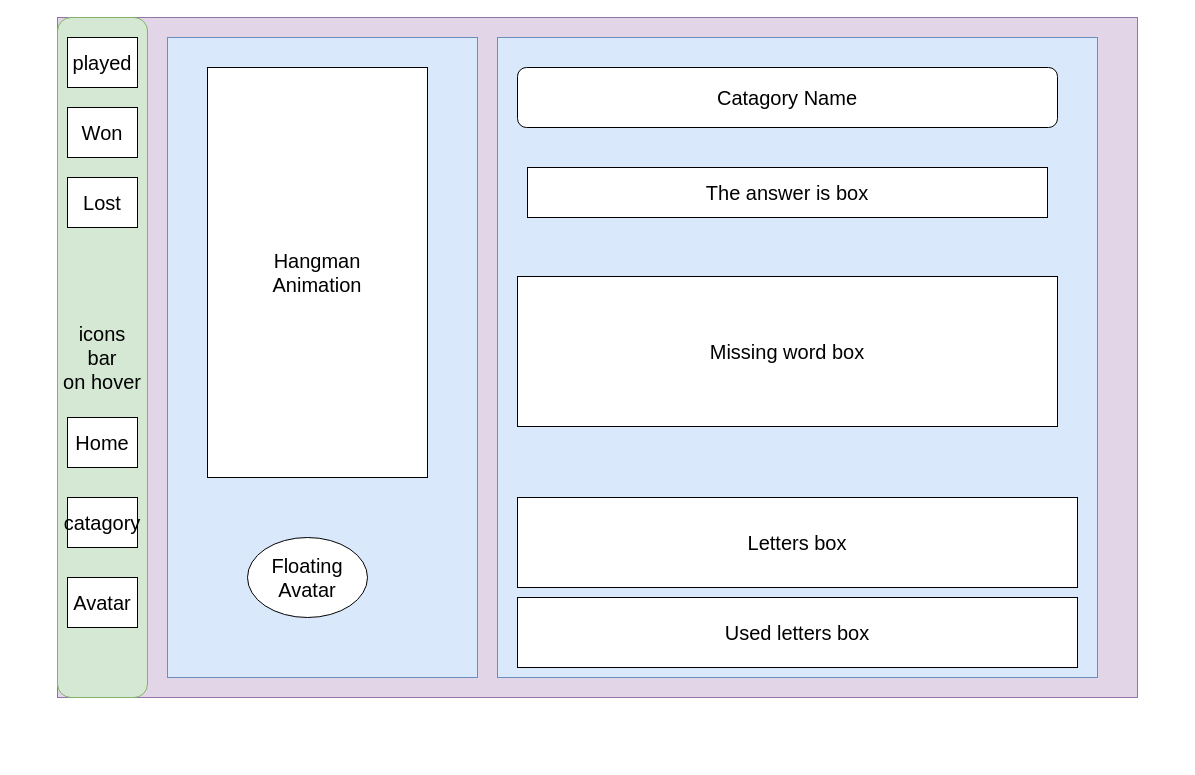
Before: page "game board" (1 of 3) of planing/xdc.drawio in t-bendet/potter-hangman, a draw.io diagram. Source tidied: cells renumbered, new cells numbered last; positions are measured from the earlier drawing's top-left corner, leaving out a move shared by most shapes. Both pictures are drawn from the tidied source at 100%, with x=0, y=0 at pixel (57, 17).
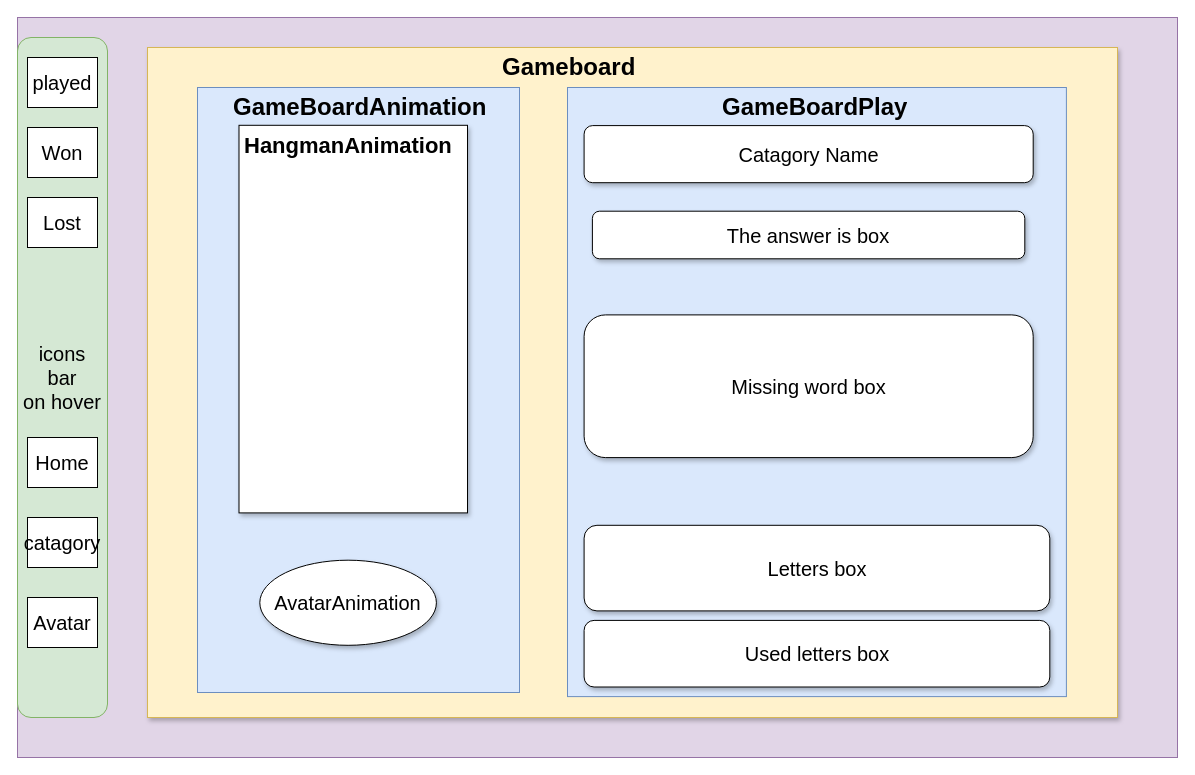
The same diagram, later.

Commit message:
update planing drawings

Diff of the diagram source:
```diff
@@
     <mxCell id="2" style="rounded=0;whiteSpace=wrap;html=1;fontSize=20;align=center;verticalAlign=middle;fillColor=#e1d5e7;strokeColor=#9673a6;" parent="1" vertex="1">
-      <mxGeometry width="1080" height="680" as="geometry" />
+      <mxGeometry x="-40" width="1160" height="740" as="geometry" />
     </mxCell>
     <mxCell id="3" value="icons&lt;br&gt;bar&lt;br&gt;on hover" style="rounded=1;whiteSpace=wrap;html=1;fontSize=20;align=center;verticalAlign=middle;direction=south;fillColor=#d5e8d4;strokeColor=#82b366;" parent="1" vertex="1">
-      <mxGeometry width="90" height="680" as="geometry" />
+      <mxGeometry x="-40" y="20" width="90" height="680" as="geometry" />
     </mxCell>
-    <mxCell id="4" value="played" style="rounded=0;whiteSpace=wrap;html=1;fontSize=20;align=center;verticalAlign=middle;" parent="1" vertex="1">
+    <mxCell id="4" value="played" style="rounded=0;whiteSpace=wrap;html=1;fontSize=20;align=center;verticalAlign=middle;" parent="3" vertex="1">
       <mxGeometry x="10" y="20" width="70" height="50" as="geometry" />
     </mxCell>
-    <mxCell id="5" value="Won" style="rounded=0;whiteSpace=wrap;html=1;fontSize=20;align=center;verticalAlign=middle;" parent="1" vertex="1">
+    <mxCell id="5" value="Won" style="rounded=0;whiteSpace=wrap;html=1;fontSize=20;align=center;verticalAlign=middle;" parent="3" vertex="1">
       <mxGeometry x="10" y="90" width="70" height="50" as="geometry" />
     </mxCell>
-    <mxCell id="6" value="Lost" style="rounded=0;whiteSpace=wrap;html=1;fontSize=20;align=center;verticalAlign=middle;" parent="1" vertex="1">
+    <mxCell id="6" value="Lost" style="rounded=0;whiteSpace=wrap;html=1;fontSize=20;align=center;verticalAlign=middle;" parent="3" vertex="1">
       <mxGeometry x="10" y="160" width="70" height="50" as="geometry" />
     </mxCell>
+    <mxCell id="9" value="Home" style="rounded=0;whiteSpace=wrap;html=1;fontSize=20;align=center;verticalAlign=middle;" parent="3" vertex="1">
+      <mxGeometry x="10" y="400" width="70" height="50" as="geometry" />
+    </mxCell>
+    <mxCell id="8" value="catagory" style="rounded=0;whiteSpace=wrap;html=1;fontSize=20;align=center;verticalAlign=middle;" parent="3" vertex="1">
+      <mxGeometry x="10" y="480" width="70" height="50" as="geometry" />
+    </mxCell>
-    <mxCell id="7" value="Avatar" style="rounded=0;whiteSpace=wrap;html=1;fontSize=20;align=center;verticalAlign=middle;" parent="1" vertex="1">
+    <mxCell id="7" value="Avatar" style="rounded=0;whiteSpace=wrap;html=1;fontSize=20;align=center;verticalAlign=middle;" parent="3" vertex="1">
       <mxGeometry x="10" y="560" width="70" height="50" as="geometry" />
     </mxCell>
-    <mxCell id="8" value="catagory" style="rounded=0;whiteSpace=wrap;html=1;fontSize=20;align=center;verticalAlign=middle;" parent="1" vertex="1">
-      <mxGeometry x="10" y="480" width="70" height="50" as="geometry" />
-    </mxCell>
-    <mxCell id="9" value="Home" style="rounded=0;whiteSpace=wrap;html=1;fontSize=20;align=center;verticalAlign=middle;" parent="1" vertex="1">
-      <mxGeometry x="10" y="400" width="70" height="50" as="geometry" />
-    </mxCell>
+    <mxCell id="19" style="rounded=0;whiteSpace=wrap;html=1;shadow=1;glass=0;sketch=0;fillColor=#fff2cc;strokeColor=#d6b656;" parent="1" vertex="1">
+      <mxGeometry x="90" y="30" width="970" height="670" as="geometry" />
+    </mxCell>
-    <mxCell id="10" style="rounded=0;whiteSpace=wrap;html=1;fillColor=#dae8fc;strokeColor=#6c8ebf;" parent="1" vertex="1">
-      <mxGeometry x="110" y="20" width="310" height="640" as="geometry" />
+    <mxCell id="10" style="rounded=0;whiteSpace=wrap;html=1;fillColor=#dae8fc;strokeColor=#6c8ebf;" parent="19" vertex="1">
+      <mxGeometry x="50" y="40" width="322" height="605" as="geometry" />
     </mxCell>
-    <mxCell id="11" value="Hangman&lt;br&gt;Animation" style="rounded=0;whiteSpace=wrap;html=1;fontSize=20;align=center;verticalAlign=middle;direction=south;" parent="1" vertex="1">
-      <mxGeometry x="150" y="50" width="220" height="410" as="geometry" />
+    <mxCell id="11" style="rounded=0;whiteSpace=wrap;html=1;fontSize=20;align=center;verticalAlign=middle;direction=south;shadow=1;glass=0;" parent="10" vertex="1">
+      <mxGeometry x="41.5" y="37.8" width="228.5" height="387.6" as="geometry" />
     </mxCell>
+    <mxCell id="20" value="&lt;h1&gt;&lt;font style=&quot;font-size: 22px&quot;&gt;HangmanAnimation&lt;/font&gt;&lt;/h1&gt;" style="text;html=1;strokeColor=none;fillColor=none;spacing=5;spacingTop=-20;whiteSpace=wrap;overflow=hidden;rounded=0;" parent="11" vertex="1">
+      <mxGeometry width="228.5" height="37.8" as="geometry" />
+    </mxCell>
+    <mxCell id="21" value="&lt;h1&gt;GameBoardAnimation&lt;/h1&gt;" style="text;html=1;strokeColor=none;fillColor=none;spacing=5;spacingTop=-20;whiteSpace=wrap;overflow=hidden;rounded=0;" parent="10" vertex="1">
+      <mxGeometry x="31.2" width="275.3" height="28.4" as="geometry" />
+    </mxCell>
-    <mxCell id="12" value="Floating&lt;br&gt;Avatar" style="ellipse;whiteSpace=wrap;html=1;fontSize=20;align=center;verticalAlign=middle;" parent="1" vertex="1">
-      <mxGeometry x="190" y="520" width="120" height="80" as="geometry" />
+    <mxCell id="12" value="AvatarAnimation" style="ellipse;whiteSpace=wrap;html=1;fontSize=20;align=center;verticalAlign=middle;sketch=0;shadow=1;" parent="10" vertex="1">
+      <mxGeometry x="62.3" y="472.7" width="176.6" height="85.1" as="geometry" />
     </mxCell>
-    <mxCell id="13" style="rounded=0;whiteSpace=wrap;html=1;fillColor=#dae8fc;strokeColor=#6c8ebf;" parent="1" vertex="1">
-      <mxGeometry x="440" y="20" width="600" height="640" as="geometry" />
+    <mxCell id="13" style="rounded=0;whiteSpace=wrap;html=1;fillColor=#dae8fc;strokeColor=#6c8ebf;" parent="19" vertex="1">
+      <mxGeometry x="420" y="40" width="498.9" height="609.1" as="geometry" />
     </mxCell>
+    <mxCell id="22" value="&lt;h1&gt;GameBoardPlay&lt;/h1&gt;" style="text;html=1;strokeColor=none;fillColor=none;spacing=5;spacingTop=-20;whiteSpace=wrap;overflow=hidden;rounded=0;" parent="13" vertex="1">
+      <mxGeometry x="149.7" width="220.4" height="38.1" as="geometry" />
+    </mxCell>
-    <mxCell id="14" value="Catagory Name" style="rounded=1;whiteSpace=wrap;html=1;fontSize=20;align=center;verticalAlign=middle;" parent="1" vertex="1">
-      <mxGeometry x="460" y="50" width="540" height="60" as="geometry" />
+    <mxCell id="14" value="Catagory Name" style="rounded=1;whiteSpace=wrap;html=1;fontSize=20;align=center;verticalAlign=middle;sketch=0;shadow=1;" parent="13" vertex="1">
+      <mxGeometry x="16.6" y="38.1" width="449.1" height="57.1" as="geometry" />
     </mxCell>
+    <mxCell id="17" value="The answer is box" style="rounded=1;whiteSpace=wrap;html=1;fontSize=20;align=center;verticalAlign=middle;shadow=1;" parent="13" vertex="1">
+      <mxGeometry x="24.9" y="123.7" width="432.4" height="47.6" as="geometry" />
+    </mxCell>
+    <mxCell id="16" value="Missing word box" style="rounded=1;whiteSpace=wrap;html=1;fontSize=20;align=center;verticalAlign=middle;shadow=1;" parent="13" vertex="1">
+      <mxGeometry x="16.6" y="227.4" width="449.1" height="142.7" as="geometry" />
+    </mxCell>
-    <mxCell id="15" value="Letters box" style="rounded=0;whiteSpace=wrap;html=1;fontSize=20;align=center;verticalAlign=middle;" parent="1" vertex="1">
-      <mxGeometry x="460" y="480" width="560" height="90" as="geometry" />
+    <mxCell id="15" value="Letters box" style="rounded=1;whiteSpace=wrap;html=1;fontSize=20;align=center;verticalAlign=middle;shadow=1;" parent="13" vertex="1">
+      <mxGeometry x="16.6" y="437.8" width="465.7" height="85.6" as="geometry" />
     </mxCell>
-    <mxCell id="16" value="Missing word box" style="rounded=0;whiteSpace=wrap;html=1;fontSize=20;align=center;verticalAlign=middle;" parent="1" vertex="1">
-      <mxGeometry x="460" y="259" width="540" height="150" as="geometry" />
-    </mxCell>
-    <mxCell id="17" value="The answer is box" style="rounded=0;whiteSpace=wrap;html=1;fontSize=20;align=center;verticalAlign=middle;" parent="1" vertex="1">
-      <mxGeometry x="470" y="150" width="520" height="50" as="geometry" />
-    </mxCell>
-    <mxCell id="18" value="Used letters box" style="rounded=0;whiteSpace=wrap;html=1;fontSize=20;align=center;verticalAlign=middle;" parent="1" vertex="1">
-      <mxGeometry x="460" y="580" width="560" height="70" as="geometry" />
+    <mxCell id="18" value="Used letters box" style="rounded=1;whiteSpace=wrap;html=1;fontSize=20;align=center;verticalAlign=middle;shadow=1;" parent="13" vertex="1">
+      <mxGeometry x="16.6" y="532.9" width="465.7" height="66.6" as="geometry" />
     </mxCell>
+    <mxCell id="23" value="&lt;h1&gt;Gameboard&lt;/h1&gt;" style="text;html=1;strokeColor=none;fillColor=none;spacing=5;spacingTop=-20;whiteSpace=wrap;overflow=hidden;rounded=0;shadow=1;glass=0;sketch=0;" parent="19" vertex="1">
+      <mxGeometry x="350" width="150" height="40" as="geometry" />
+    </mxCell>
+    <mxCell id="24" parent="0" />
```
